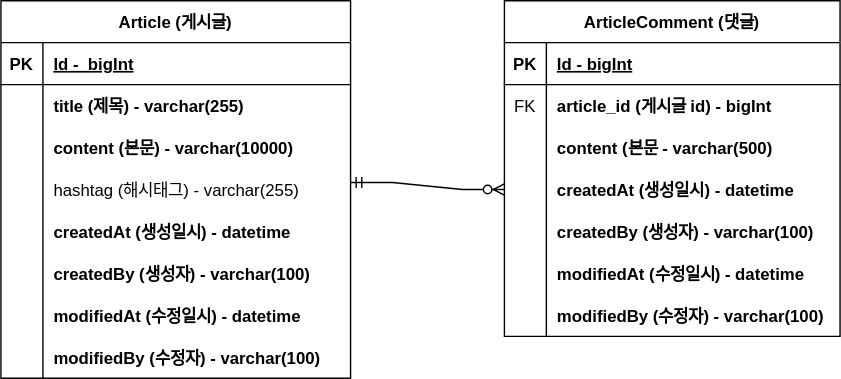
Earlier version of the draw.io export project-board/document/prject-board-erd.svg (Kminss/SpringBoot-Board). Source tidied: cells renumbered, new cells last; positions are measured from the earlier drawing's top-left corner, leaving out a move shared by most shapes.
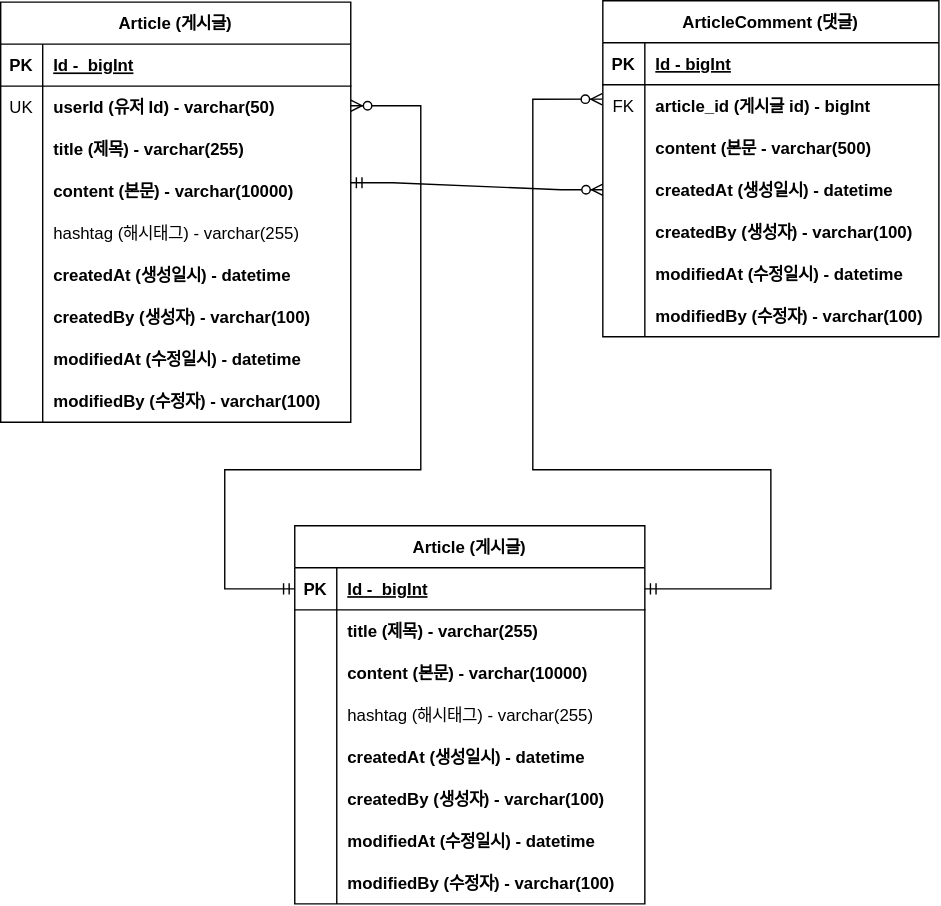
After the commit.

Diff of the diagram source:
```diff
@@ -3,7 +3,7 @@
     <mxCell id="0" />
     <mxCell id="1" parent="0" />
     <mxCell id="2" value="Article (게시글)" style="shape=table;startSize=30;rowLines=0;fontStyle=1;align=center;" parent="1" vertex="1">
-      <mxGeometry width="250" height="270" as="geometry" />
+      <mxGeometry y="1" width="250" height="300" as="geometry" />
     </mxCell>
     <mxCell id="3" style="shape=tableRow;horizontal=0;startSize=0;swimlaneHead=0;swimlaneBody=0;fillColor=none;top=0;left=0;right=0;bottom=1;" parent="2" vertex="1">
       <mxGeometry y="30" width="250" height="30" as="geometry" />
@@ -17,14 +17,23 @@
     <mxCell id="6" style="shape=tableRow;horizontal=0;startSize=0;swimlaneHead=0;swimlaneBody=0;fillColor=none;points=[[0,0.5],[1,0.5]];portConstraint=eastwest;top=0;left=0;right=0;bottom=0;" parent="2" vertex="1">
       <mxGeometry y="60" width="250" height="30" as="geometry" />
     </mxCell>
-    <mxCell id="7" style="shape=partialRectangle;fillColor=none;top=0;left=0;bottom=0;right=0;overflow=hidden;" parent="6" vertex="1">
+    <mxCell id="7" value="UK" style="shape=partialRectangle;fillColor=none;top=0;left=0;bottom=0;right=0;overflow=hidden;" parent="6" vertex="1">
       <mxGeometry width="30" height="30" as="geometry" />
     </mxCell>
-    <mxCell id="8" value="title (제목) - varchar(255)" style="shape=partialRectangle;fillColor=none;top=0;left=0;bottom=0;right=0;align=left;spacingLeft=6;overflow=hidden;fontStyle=1;" parent="6" vertex="1">
+    <mxCell id="8" value="userId (유저 Id) - varchar(50)" style="shape=partialRectangle;fillColor=none;top=0;left=0;bottom=0;right=0;align=left;spacingLeft=6;overflow=hidden;fontStyle=1;" parent="6" vertex="1">
       <mxGeometry x="30" width="220" height="30" as="geometry" />
     </mxCell>
+    <mxCell id="50" style="shape=tableRow;horizontal=0;startSize=0;swimlaneHead=0;swimlaneBody=0;fillColor=none;top=0;left=0;right=0;bottom=0;" parent="2" vertex="1">
+      <mxGeometry y="90" width="250" height="30" as="geometry" />
+    </mxCell>
+    <mxCell id="51" style="shape=partialRectangle;fillColor=none;top=0;left=0;bottom=0;right=0;overflow=hidden;" parent="50" vertex="1">
+      <mxGeometry width="30" height="30" as="geometry" />
+    </mxCell>
+    <mxCell id="52" value="title (제목) - varchar(255)" style="shape=partialRectangle;fillColor=none;top=0;left=0;bottom=0;right=0;align=left;spacingLeft=6;overflow=hidden;fontStyle=1;" parent="50" vertex="1">
+      <mxGeometry x="30" width="220" height="30" as="geometry" />
+    </mxCell>
     <mxCell id="9" style="shape=tableRow;horizontal=0;startSize=0;swimlaneHead=0;swimlaneBody=0;fillColor=none;top=0;left=0;right=0;bottom=0;" parent="2" vertex="1">
-      <mxGeometry y="90" width="250" height="30" as="geometry" />
+      <mxGeometry y="120" width="250" height="30" as="geometry" />
     </mxCell>
     <mxCell id="10" style="shape=partialRectangle;fillColor=none;top=0;left=0;bottom=0;right=0;overflow=hidden;" parent="9" vertex="1">
       <mxGeometry width="30" height="30" as="geometry" />
@@ -33,7 +42,7 @@
       <mxGeometry x="30" width="220" height="30" as="geometry" />
     </mxCell>
     <mxCell id="12" style="shape=tableRow;horizontal=0;startSize=0;swimlaneHead=0;swimlaneBody=0;fillColor=none;top=0;left=0;right=0;bottom=0;" parent="2" vertex="1">
-      <mxGeometry y="120" width="250" height="30" as="geometry" />
+      <mxGeometry y="150" width="250" height="30" as="geometry" />
     </mxCell>
     <mxCell id="13" style="shape=partialRectangle;fillColor=none;top=0;left=0;bottom=0;right=0;overflow=hidden;" parent="12" vertex="1">
       <mxGeometry width="30" height="30" as="geometry" />
@@ -42,7 +51,7 @@
       <mxGeometry x="30" width="220" height="30" as="geometry" />
     </mxCell>
     <mxCell id="15" style="shape=tableRow;horizontal=0;startSize=0;swimlaneHead=0;swimlaneBody=0;fillColor=none;top=0;left=0;right=0;bottom=0;" parent="2" vertex="1">
-      <mxGeometry y="150" width="250" height="30" as="geometry" />
+      <mxGeometry y="180" width="250" height="30" as="geometry" />
     </mxCell>
     <mxCell id="16" style="shape=partialRectangle;fillColor=none;top=0;left=0;bottom=0;right=0;overflow=hidden;" parent="15" vertex="1">
       <mxGeometry width="30" height="30" as="geometry" />
@@ -51,7 +60,7 @@
       <mxGeometry x="30" width="220" height="30" as="geometry" />
     </mxCell>
     <mxCell id="18" style="shape=tableRow;horizontal=0;startSize=0;swimlaneHead=0;swimlaneBody=0;fillColor=none;top=0;left=0;right=0;bottom=0;" parent="2" vertex="1">
-      <mxGeometry y="180" width="250" height="30" as="geometry" />
+      <mxGeometry y="210" width="250" height="30" as="geometry" />
     </mxCell>
     <mxCell id="19" style="shape=partialRectangle;fillColor=none;top=0;left=0;bottom=0;right=0;overflow=hidden;" parent="18" vertex="1">
       <mxGeometry width="30" height="30" as="geometry" />
@@ -60,7 +69,7 @@
       <mxGeometry x="30" width="220" height="30" as="geometry" />
     </mxCell>
     <mxCell id="21" style="shape=tableRow;horizontal=0;startSize=0;swimlaneHead=0;swimlaneBody=0;fillColor=none;top=0;left=0;right=0;bottom=0;" parent="2" vertex="1">
-      <mxGeometry y="210" width="250" height="30" as="geometry" />
+      <mxGeometry y="240" width="250" height="30" as="geometry" />
     </mxCell>
     <mxCell id="22" style="shape=partialRectangle;fillColor=none;top=0;left=0;bottom=0;right=0;overflow=hidden;" parent="21" vertex="1">
       <mxGeometry width="30" height="30" as="geometry" />
@@ -69,7 +78,7 @@
       <mxGeometry x="30" width="220" height="30" as="geometry" />
     </mxCell>
     <mxCell id="24" style="shape=tableRow;horizontal=0;startSize=0;swimlaneHead=0;swimlaneBody=0;fillColor=none;top=0;left=0;right=0;bottom=0;" parent="2" vertex="1">
-      <mxGeometry y="240" width="250" height="30" as="geometry" />
+      <mxGeometry y="270" width="250" height="30" as="geometry" />
     </mxCell>
     <mxCell id="25" style="shape=partialRectangle;fillColor=none;top=0;left=0;bottom=0;right=0;overflow=hidden;" parent="24" vertex="1">
       <mxGeometry width="30" height="30" as="geometry" />
@@ -78,7 +87,7 @@
       <mxGeometry x="30" width="220" height="30" as="geometry" />
     </mxCell>
     <mxCell id="27" value="ArticleComment (댓글)" style="shape=table;startSize=30;rowLines=0;fontStyle=1;align=center;" parent="1" vertex="1">
-      <mxGeometry x="360" width="240" height="240" as="geometry" />
+      <mxGeometry x="430" width="240" height="240" as="geometry" />
     </mxCell>
     <mxCell id="28" style="shape=tableRow;horizontal=0;startSize=0;swimlaneHead=0;swimlaneBody=0;fillColor=none;top=0;left=0;right=0;bottom=1;" parent="27" vertex="1">
       <mxGeometry y="30" width="240" height="30" as="geometry" />
@@ -148,5 +157,100 @@
         <mxPoint x="250" y="130" as="sourcePoint" />
       </mxGeometry>
     </mxCell>
+    <mxCell id="53" value="Article (게시글)" style="shape=table;startSize=30;rowLines=0;fontStyle=1;align=center;" parent="1" vertex="1">
+      <mxGeometry x="210" y="375" width="250" height="270" as="geometry" />
+    </mxCell>
+    <mxCell id="54" style="shape=tableRow;horizontal=0;startSize=0;swimlaneHead=0;swimlaneBody=0;fillColor=none;points=[[0,0.5],[1,0.5]];portConstraint=eastwest;top=0;left=0;right=0;bottom=1;" parent="53" vertex="1">
+      <mxGeometry y="30" width="250" height="30" as="geometry" />
+    </mxCell>
+    <mxCell id="55" value="PK" style="shape=partialRectangle;fillColor=none;top=0;left=0;bottom=0;right=0;fontStyle=1;overflow=hidden;" parent="54" vertex="1">
+      <mxGeometry width="30" height="30" as="geometry" />
+    </mxCell>
+    <mxCell id="56" value="Id -  bigInt" style="shape=partialRectangle;fillColor=none;top=0;left=0;bottom=0;right=0;align=left;spacingLeft=6;fontStyle=5;overflow=hidden;" parent="54" vertex="1">
+      <mxGeometry x="30" width="220" height="30" as="geometry" />
+    </mxCell>
+    <mxCell id="57" style="shape=tableRow;horizontal=0;startSize=0;swimlaneHead=0;swimlaneBody=0;fillColor=none;top=0;left=0;right=0;bottom=0;" parent="53" vertex="1">
+      <mxGeometry y="60" width="250" height="30" as="geometry" />
+    </mxCell>
+    <mxCell id="58" style="shape=partialRectangle;fillColor=none;top=0;left=0;bottom=0;right=0;overflow=hidden;" parent="57" vertex="1">
+      <mxGeometry width="30" height="30" as="geometry" />
+    </mxCell>
+    <mxCell id="59" value="title (제목) - varchar(255)" style="shape=partialRectangle;fillColor=none;top=0;left=0;bottom=0;right=0;align=left;spacingLeft=6;overflow=hidden;fontStyle=1;" parent="57" vertex="1">
+      <mxGeometry x="30" width="220" height="30" as="geometry" />
+    </mxCell>
+    <mxCell id="60" style="shape=tableRow;horizontal=0;startSize=0;swimlaneHead=0;swimlaneBody=0;fillColor=none;top=0;left=0;right=0;bottom=0;" parent="53" vertex="1">
+      <mxGeometry y="90" width="250" height="30" as="geometry" />
+    </mxCell>
+    <mxCell id="61" style="shape=partialRectangle;fillColor=none;top=0;left=0;bottom=0;right=0;overflow=hidden;" parent="60" vertex="1">
+      <mxGeometry width="30" height="30" as="geometry" />
+    </mxCell>
+    <mxCell id="62" value="content (본문) - varchar(10000)" style="shape=partialRectangle;fillColor=none;top=0;left=0;bottom=0;right=0;align=left;spacingLeft=6;overflow=hidden;fontStyle=1;" parent="60" vertex="1">
+      <mxGeometry x="30" width="220" height="30" as="geometry" />
+    </mxCell>
+    <mxCell id="63" style="shape=tableRow;horizontal=0;startSize=0;swimlaneHead=0;swimlaneBody=0;fillColor=none;top=0;left=0;right=0;bottom=0;" parent="53" vertex="1">
+      <mxGeometry y="120" width="250" height="30" as="geometry" />
+    </mxCell>
+    <mxCell id="64" style="shape=partialRectangle;fillColor=none;top=0;left=0;bottom=0;right=0;overflow=hidden;" parent="63" vertex="1">
+      <mxGeometry width="30" height="30" as="geometry" />
+    </mxCell>
+    <mxCell id="65" value="hashtag (해시태그) - varchar(255)" style="shape=partialRectangle;fillColor=none;top=0;left=0;bottom=0;right=0;align=left;spacingLeft=6;overflow=hidden;" parent="63" vertex="1">
+      <mxGeometry x="30" width="220" height="30" as="geometry" />
+    </mxCell>
+    <mxCell id="66" style="shape=tableRow;horizontal=0;startSize=0;swimlaneHead=0;swimlaneBody=0;fillColor=none;top=0;left=0;right=0;bottom=0;" parent="53" vertex="1">
+      <mxGeometry y="150" width="250" height="30" as="geometry" />
+    </mxCell>
+    <mxCell id="67" style="shape=partialRectangle;fillColor=none;top=0;left=0;bottom=0;right=0;overflow=hidden;" parent="66" vertex="1">
+      <mxGeometry width="30" height="30" as="geometry" />
+    </mxCell>
+    <mxCell id="68" value="createdAt (생성일시) - datetime" style="shape=partialRectangle;fillColor=none;top=0;left=0;bottom=0;right=0;align=left;spacingLeft=6;overflow=hidden;fontStyle=1;" parent="66" vertex="1">
+      <mxGeometry x="30" width="220" height="30" as="geometry" />
+    </mxCell>
+    <mxCell id="69" style="shape=tableRow;horizontal=0;startSize=0;swimlaneHead=0;swimlaneBody=0;fillColor=none;top=0;left=0;right=0;bottom=0;" parent="53" vertex="1">
+      <mxGeometry y="180" width="250" height="30" as="geometry" />
+    </mxCell>
+    <mxCell id="70" style="shape=partialRectangle;fillColor=none;top=0;left=0;bottom=0;right=0;overflow=hidden;" parent="69" vertex="1">
+      <mxGeometry width="30" height="30" as="geometry" />
+    </mxCell>
+    <mxCell id="71" value="createdBy (생성자) - varchar(100)" style="shape=partialRectangle;fillColor=none;top=0;left=0;bottom=0;right=0;align=left;spacingLeft=6;overflow=hidden;fontStyle=1;" parent="69" vertex="1">
+      <mxGeometry x="30" width="220" height="30" as="geometry" />
+    </mxCell>
+    <mxCell id="72" style="shape=tableRow;horizontal=0;startSize=0;swimlaneHead=0;swimlaneBody=0;fillColor=none;top=0;left=0;right=0;bottom=0;" parent="53" vertex="1">
+      <mxGeometry y="210" width="250" height="30" as="geometry" />
+    </mxCell>
+    <mxCell id="73" style="shape=partialRectangle;fillColor=none;top=0;left=0;bottom=0;right=0;overflow=hidden;" parent="72" vertex="1">
+      <mxGeometry width="30" height="30" as="geometry" />
+    </mxCell>
+    <mxCell id="74" value="modifiedAt (수정일시) - datetime" style="shape=partialRectangle;fillColor=none;top=0;left=0;bottom=0;right=0;align=left;spacingLeft=6;overflow=hidden;fontStyle=1;" parent="72" vertex="1">
+      <mxGeometry x="30" width="220" height="30" as="geometry" />
+    </mxCell>
+    <mxCell id="75" style="shape=tableRow;horizontal=0;startSize=0;swimlaneHead=0;swimlaneBody=0;fillColor=none;top=0;left=0;right=0;bottom=0;" parent="53" vertex="1">
+      <mxGeometry y="240" width="250" height="30" as="geometry" />
+    </mxCell>
+    <mxCell id="76" style="shape=partialRectangle;fillColor=none;top=0;left=0;bottom=0;right=0;overflow=hidden;" parent="75" vertex="1">
+      <mxGeometry width="30" height="30" as="geometry" />
+    </mxCell>
+    <mxCell id="77" value="modifiedBy (수정자) - varchar(100)" style="shape=partialRectangle;fillColor=none;top=0;left=0;bottom=0;right=0;align=left;spacingLeft=6;overflow=hidden;fontStyle=1;" parent="75" vertex="1">
+      <mxGeometry x="30" width="220" height="30" as="geometry" />
+    </mxCell>
+    <mxCell id="78" style="edgeStyle=orthogonalEdgeStyle;fontSize=12;html=1;endArrow=ERzeroToMany;startArrow=ERmandOne;rounded=0;elbow=vertical;" parent="1" edge="1" source="54" target="6">
+      <mxGeometry relative="1" as="geometry">
+        <Array as="points">
+          <mxPoint x="160" y="420" />
+          <mxPoint x="160" y="335" />
+          <mxPoint x="300" y="335" />
+          <mxPoint x="300" y="75" />
+        </Array>
+      </mxGeometry>
+    </mxCell>
+    <mxCell id="79" style="edgeStyle=orthogonalEdgeStyle;fontSize=12;html=1;endArrow=ERzeroToMany;startArrow=ERmandOne;rounded=0;elbow=vertical;entryX=-0.002;entryY=0.344;entryDx=0;entryDy=0;entryPerimeter=0;" parent="1" edge="1" source="54" target="31">
+      <mxGeometry relative="1" as="geometry">
+        <Array as="points">
+          <mxPoint x="550" y="420" />
+          <mxPoint x="550" y="335" />
+          <mxPoint x="380" y="335" />
+          <mxPoint x="380" y="70" />
+        </Array>
+      </mxGeometry>
+    </mxCell>
   </root>
 </mxGraphModel>
```
